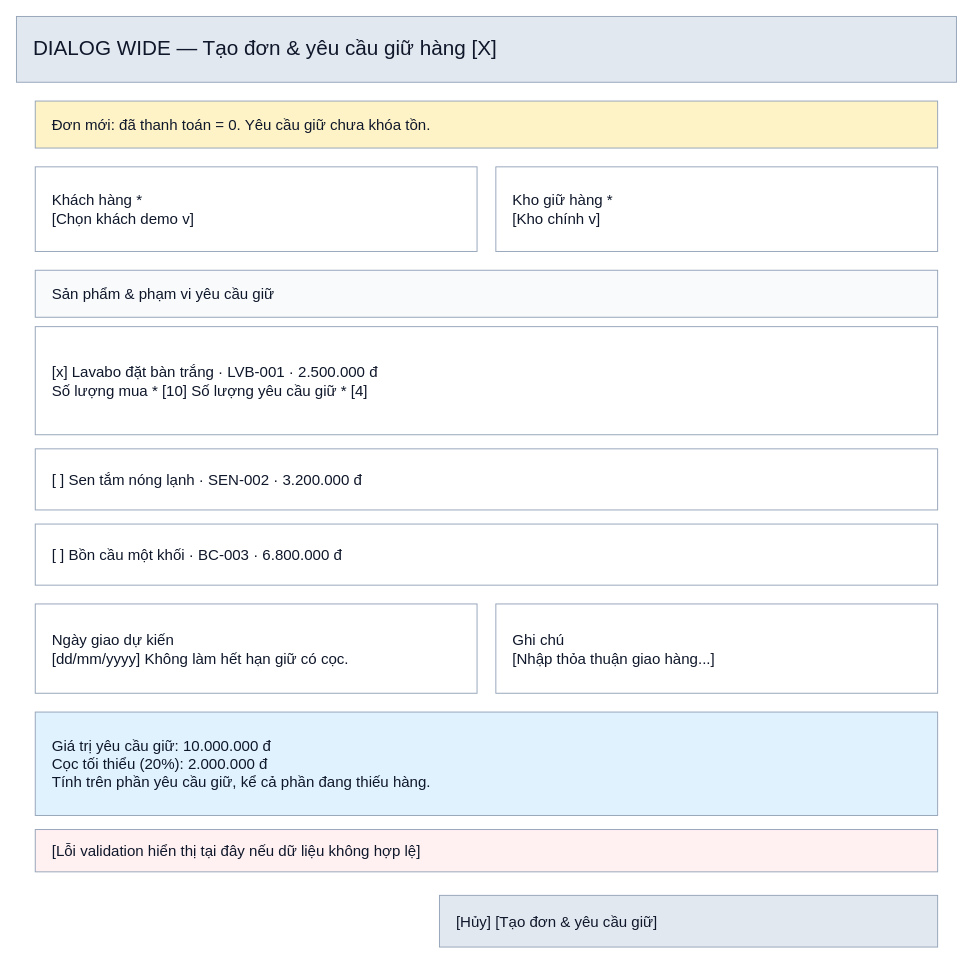
NamPham14/aquasuite-fe keeps this draw.io diagram as page "02 · Tạo đơn và yêu cầu giữ" (2 of 6) of docs/specifications/FE-UC29-DEMO.drawio. Above is the earlier version. Source tidied: cells renumbered, new cells numbered last; positions are measured from the earlier drawing's top-left corner, leaving out a move shared by most shapes. Both pictures are drawn from the tidied source at 94%, with x=0, y=0 at pixel (16, 16).
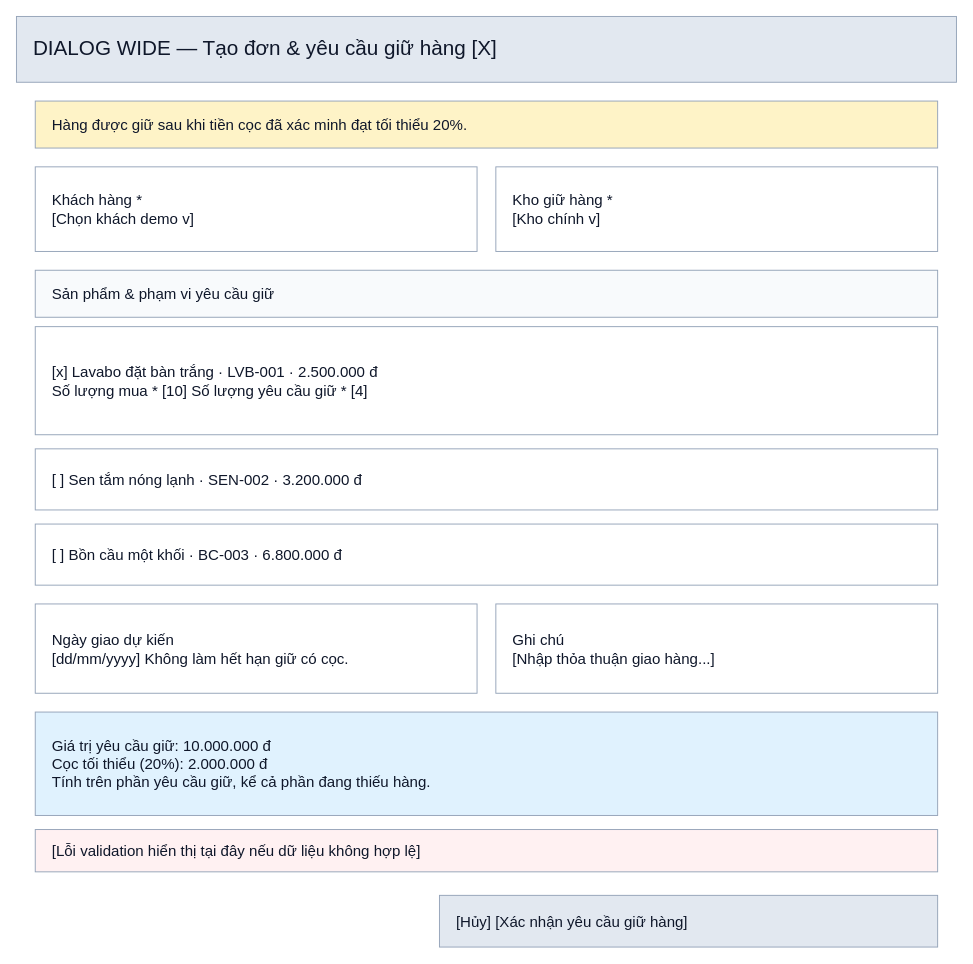
Above is the later version.

The edit, as a diff of the source:
```diff
@@
 <mxGraphModel>
   <root>
     <mxCell id="0" />
     <mxCell id="1" parent="0" />
     <mxCell id="2" value="DIALOG WIDE — Tạo đơn &amp; yêu cầu giữ hàng                                      [X]" style="rounded=0;whiteSpace=wrap;html=0;fillColor=#e2e8f0;strokeColor=#94a3b8;fontColor=#0f172a;fontSize=22;align=left;verticalAlign=middle;spacingLeft=16;spacingRight=12;" parent="1" vertex="1">
       <mxGeometry width="1000" height="70" as="geometry" />
     </mxCell>
-    <mxCell id="3" value="Đơn mới: đã thanh toán = 0. Yêu cầu giữ chưa khóa tồn." style="rounded=0;whiteSpace=wrap;html=0;fillColor=#fef3c7;strokeColor=#94a3b8;fontColor=#0f172a;fontSize=16;align=left;verticalAlign=middle;spacingLeft=16;spacingRight=12;" parent="1" vertex="1">
+    <mxCell id="3" value="Hàng được giữ sau khi tiền cọc đã xác minh đạt tối thiểu 20%." style="rounded=0;whiteSpace=wrap;html=0;fillColor=#fef3c7;strokeColor=#94a3b8;fontColor=#0f172a;fontSize=16;align=left;verticalAlign=middle;spacingLeft=16;spacingRight=12;" parent="1" vertex="1">
       <mxGeometry x="20" y="90" width="960" height="50" as="geometry" />
     </mxCell>
     <mxCell id="4" value="Khách hàng *&#10;[Chọn khách demo v]" style="rounded=0;whiteSpace=wrap;html=0;fillColor=#ffffff;strokeColor=#94a3b8;fontColor=#0f172a;fontSize=16;align=left;verticalAlign=middle;spacingLeft=16;spacingRight=12;" parent="1" vertex="1">
       <mxGeometry x="20" y="160" width="470" height="90" as="geometry" />
     </mxCell>
     <mxCell id="5" value="Kho giữ hàng *&#10;[Kho chính v]" style="rounded=0;whiteSpace=wrap;html=0;fillColor=#ffffff;strokeColor=#94a3b8;fontColor=#0f172a;fontSize=16;align=left;verticalAlign=middle;spacingLeft=16;spacingRight=12;" parent="1" vertex="1">
       <mxGeometry x="510" y="160" width="470" height="90" as="geometry" />
     </mxCell>
     <mxCell id="6" value="Sản phẩm &amp; phạm vi yêu cầu giữ" style="rounded=0;whiteSpace=wrap;html=0;fillColor=#f8fafc;strokeColor=#94a3b8;fontColor=#0f172a;fontSize=16;align=left;verticalAlign=middle;spacingLeft=16;spacingRight=12;" parent="1" vertex="1">
       <mxGeometry x="20" y="270" width="960" height="50" as="geometry" />
     </mxCell>
     <mxCell id="7" value="[x] Lavabo đặt bàn trắng · LVB-001 · 2.500.000 đ&#10;Số lượng mua * [10]                     Số lượng yêu cầu giữ * [4]" style="rounded=0;whiteSpace=wrap;html=0;fillColor=#ffffff;strokeColor=#94a3b8;fontColor=#0f172a;fontSize=16;align=left;verticalAlign=middle;spacingLeft=16;spacingRight=12;" parent="1" vertex="1">
       <mxGeometry x="20" y="330" width="960" height="115" as="geometry" />
     </mxCell>
     <mxCell id="8" value="[ ] Sen tắm nóng lạnh · SEN-002 · 3.200.000 đ" style="rounded=0;whiteSpace=wrap;html=0;fillColor=#ffffff;strokeColor=#94a3b8;fontColor=#0f172a;fontSize=16;align=left;verticalAlign=middle;spacingLeft=16;spacingRight=12;" parent="1" vertex="1">
       <mxGeometry x="20" y="460" width="960" height="65" as="geometry" />
     </mxCell>
     <mxCell id="9" value="[ ] Bồn cầu một khối · BC-003 · 6.800.000 đ" style="rounded=0;whiteSpace=wrap;html=0;fillColor=#ffffff;strokeColor=#94a3b8;fontColor=#0f172a;fontSize=16;align=left;verticalAlign=middle;spacingLeft=16;spacingRight=12;" parent="1" vertex="1">
       <mxGeometry x="20" y="540" width="960" height="65" as="geometry" />
     </mxCell>
     <mxCell id="10" value="Ngày giao dự kiến&#10;[dd/mm/yyyy] Không làm hết hạn giữ có cọc." style="rounded=0;whiteSpace=wrap;html=0;fillColor=#ffffff;strokeColor=#94a3b8;fontColor=#0f172a;fontSize=16;align=left;verticalAlign=middle;spacingLeft=16;spacingRight=12;" parent="1" vertex="1">
       <mxGeometry x="20" y="625" width="470" height="95" as="geometry" />
     </mxCell>
     <mxCell id="11" value="Ghi chú&#10;[Nhập thỏa thuận giao hàng...]" style="rounded=0;whiteSpace=wrap;html=0;fillColor=#ffffff;strokeColor=#94a3b8;fontColor=#0f172a;fontSize=16;align=left;verticalAlign=middle;spacingLeft=16;spacingRight=12;" parent="1" vertex="1">
       <mxGeometry x="510" y="625" width="470" height="95" as="geometry" />
     </mxCell>
     <mxCell id="12" value="Giá trị yêu cầu giữ: 10.000.000 đ&#10;Cọc tối thiểu (20%): 2.000.000 đ&#10;Tính trên phần yêu cầu giữ, kể cả phần đang thiếu hàng." style="rounded=0;whiteSpace=wrap;html=0;fillColor=#e0f2fe;strokeColor=#94a3b8;fontColor=#0f172a;fontSize=16;align=left;verticalAlign=middle;spacingLeft=16;spacingRight=12;" parent="1" vertex="1">
       <mxGeometry x="20" y="740" width="960" height="110" as="geometry" />
     </mxCell>
     <mxCell id="13" value="[Lỗi validation hiển thị tại đây nếu dữ liệu không hợp lệ]" style="rounded=0;whiteSpace=wrap;html=0;fillColor=#fff1f2;strokeColor=#94a3b8;fontColor=#0f172a;fontSize=16;align=left;verticalAlign=middle;spacingLeft=16;spacingRight=12;" parent="1" vertex="1">
       <mxGeometry x="20" y="865" width="960" height="45" as="geometry" />
     </mxCell>
-    <mxCell id="14" value="[Hủy]                     [Tạo đơn &amp; yêu cầu giữ]" style="rounded=0;whiteSpace=wrap;html=0;fillColor=#e2e8f0;strokeColor=#94a3b8;fontColor=#0f172a;fontSize=16;align=left;verticalAlign=middle;spacingLeft=16;spacingRight=12;" parent="1" vertex="1">
+    <mxCell id="14" value="[Hủy]          [Xác nhận yêu cầu giữ hàng]" style="rounded=0;whiteSpace=wrap;html=0;fillColor=#e2e8f0;strokeColor=#94a3b8;fontColor=#0f172a;fontSize=16;align=left;verticalAlign=middle;spacingLeft=16;spacingRight=12;" parent="1" vertex="1">
       <mxGeometry x="450" y="935" width="530" height="55" as="geometry" />
     </mxCell>
   </root>
 </mxGraphModel>
```
